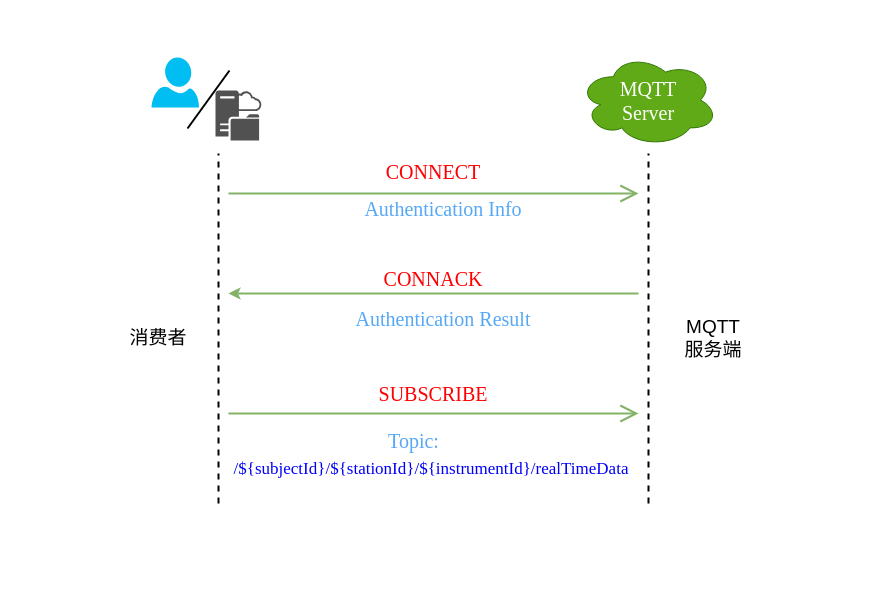
Above: page "第 2 页" (2 of 5) of drawio/mqtt-auth.drawio in raingnight/Blog_Pic (draw.io), before the change. Source tidied: cells renumbered, new cells numbered last; positions are measured from the earlier drawing's top-left corner, leaving out a move shared by most shapes. Both pictures are drawn from the tidied source at 100%, with x=0, y=0 at pixel (128, 53).
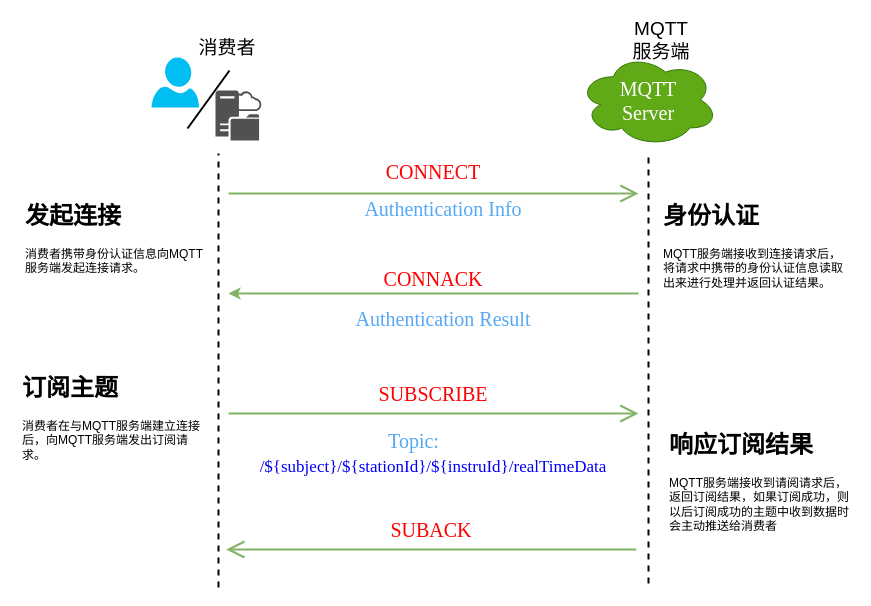
Above is the later version.

Change to the diagram source:
```diff
@@
     <mxCell id="4" style="endArrow=none;dashed=1;html=1;rounded=0;sketch=0;strokeWidth=2;" parent="1" edge="1">
       <mxGeometry relative="1" as="geometry">
-        <mxPoint x="90" y="450" as="sourcePoint" />
+        <mxPoint x="90" y="534" as="sourcePoint" />
         <mxPoint x="90" y="100" as="targetPoint" />
       </mxGeometry>
     </mxCell>
     <mxCell id="5" style="endArrow=none;dashed=1;html=1;rounded=0;sketch=0;strokeWidth=2;" parent="1" edge="1">
       <mxGeometry relative="1" as="geometry">
-        <mxPoint x="520" y="450" as="sourcePoint" />
+        <mxPoint x="520" y="530" as="sourcePoint" />
         <mxPoint x="520" y="100" as="targetPoint" />
       </mxGeometry>
     </mxCell>
@@
     <mxCell id="9" value="消费者" style="text;html=1;strokeColor=none;fillColor=none;align=center;verticalAlign=middle;whiteSpace=wrap;rounded=0;fontSize=19;" parent="1" vertex="1">
-      <mxGeometry y="270" width="60" height="30" as="geometry" />
+      <mxGeometry x="69" y="-20" width="60" height="30" as="geometry" />
     </mxCell>
     <mxCell id="10" value="MQTT&lt;br&gt;服务端" style="text;html=1;strokeColor=none;fillColor=none;align=center;verticalAlign=middle;whiteSpace=wrap;rounded=0;fontSize=19;" parent="1" vertex="1">
-      <mxGeometry x="540" y="270" width="90" height="30" as="geometry" />
+      <mxGeometry x="488" y="-28" width="90" height="30" as="geometry" />
     </mxCell>
@@
-    <mxCell id="19" value="&lt;p class=&quot;MsoNormal&quot;&gt;&lt;font style=&quot;font-size: 17px;&quot; face=&quot;Times New Roman&quot;&gt;/${subjectId}/${stationId}/${instrumentId}/realTimeData&lt;/font&gt;&lt;/p&gt;" style="text;html=1;strokeColor=none;fillColor=none;align=center;verticalAlign=middle;whiteSpace=wrap;rounded=0;fontSize=20;fontColor=#0000fa;" parent="1" vertex="1">
-      <mxGeometry x="101" y="399" width="403.5" height="30" as="geometry" />
+    <mxCell id="19" value="&lt;p class=&quot;MsoNormal&quot;&gt;&lt;font style=&quot;font-size: 17px;&quot; face=&quot;Times New Roman&quot;&gt;/${subject}/${stationId}/${instruId}/realTimeData&lt;/font&gt;&lt;/p&gt;" style="text;html=1;strokeColor=none;fillColor=none;align=center;verticalAlign=middle;whiteSpace=wrap;rounded=0;fontSize=20;fontColor=#0000fa;" parent="1" vertex="1">
+      <mxGeometry x="103.2" y="397" width="403.5" height="30" as="geometry" />
     </mxCell>
+    <mxCell id="20" value="&lt;h1&gt;发起连接&lt;/h1&gt;&lt;p&gt;消费者携带身份认证信息向MQTT服务端发起连接请求。&lt;/p&gt;" style="text;html=1;strokeColor=none;fillColor=none;spacing=5;spacingTop=-20;whiteSpace=wrap;overflow=hidden;rounded=0;" parent="1" vertex="1">
+      <mxGeometry x="-108" y="143" width="190" height="87" as="geometry" />
+    </mxCell>
+    <mxCell id="21" value="&lt;h1&gt;身份认证&lt;/h1&gt;&lt;p&gt;MQTT服务端接收到连接请求后，将请求中携带的身份认证信息读取出来进行处理并返回认证结果。&lt;/p&gt;" style="text;html=1;strokeColor=none;fillColor=none;spacing=5;spacingTop=-20;whiteSpace=wrap;overflow=hidden;rounded=0;" parent="1" vertex="1">
+      <mxGeometry x="530" y="143" width="190" height="97" as="geometry" />
+    </mxCell>
+    <mxCell id="22" value="&lt;h1&gt;订阅主题&lt;/h1&gt;&lt;p&gt;消费者在与MQTT服务端建立连接后，向MQTT服务端发出订阅请求。&lt;/p&gt;" style="text;html=1;strokeColor=none;fillColor=none;spacing=5;spacingTop=-20;whiteSpace=wrap;overflow=hidden;rounded=0;" parent="1" vertex="1">
+      <mxGeometry x="-111" y="315" width="190" height="103" as="geometry" />
+    </mxCell>
+    <mxCell id="23" style="edgeStyle=none;curved=1;rounded=0;hachureGap=4;orthogonalLoop=1;jettySize=auto;html=1;fontFamily=Times New Roman;fontSize=16;endArrow=open;startSize=14;endSize=14;sourcePerimeterSpacing=8;targetPerimeterSpacing=8;strokeWidth=2;fillColor=#d5e8d4;strokeColor=#82b366;" parent="1" edge="1">
+      <mxGeometry relative="1" as="geometry">
+        <mxPoint x="507.8" y="496" as="sourcePoint" />
+        <mxPoint x="97.8" y="496" as="targetPoint" />
+      </mxGeometry>
+    </mxCell>
+    <mxCell id="24" value="&lt;div style=&quot;text-align: center;&quot;&gt;SUBACK&lt;br&gt;&lt;/div&gt;" style="text;whiteSpace=wrap;html=1;fontSize=20;fontFamily=Times New Roman;align=center;verticalAlign=middle;fontColor=#FF0000;labelBackgroundColor=default;" parent="1" vertex="1">
+      <mxGeometry x="187.8" y="451" width="230" height="50" as="geometry" />
+    </mxCell>
+    <mxCell id="25" value="&lt;h1&gt;响应订阅结果&lt;/h1&gt;&lt;p&gt;MQTT服务端接收到请阅请求后，返回订阅结果，如果订阅成功，则以后订阅成功的主题中收到数据时会主动推送给消费者&lt;/p&gt;" style="text;html=1;strokeColor=none;fillColor=none;spacing=5;spacingTop=-20;whiteSpace=wrap;overflow=hidden;rounded=0;" parent="1" vertex="1">
+      <mxGeometry x="536" y="372" width="190" height="114" as="geometry" />
+    </mxCell>
```
